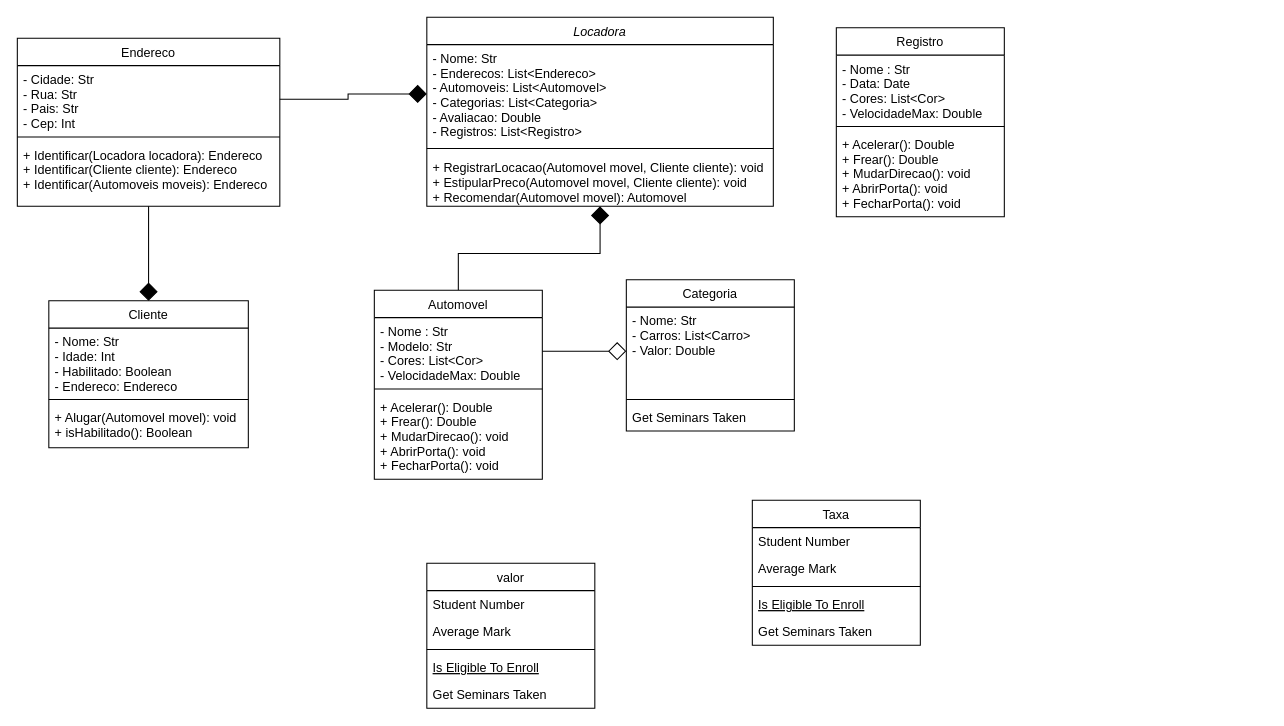
The draw.io diagram Sistema Controle de Turma.drawio in Sant-Thiago/Estudos, before the edit. Source tidied: cells renumbered, new cells numbered last; positions are measured from the earlier drawing's top-left corner, leaving out a move shared by most shapes. Both pictures are drawn from the tidied source at 105%, with x=0, y=0 at pixel (17, 17).
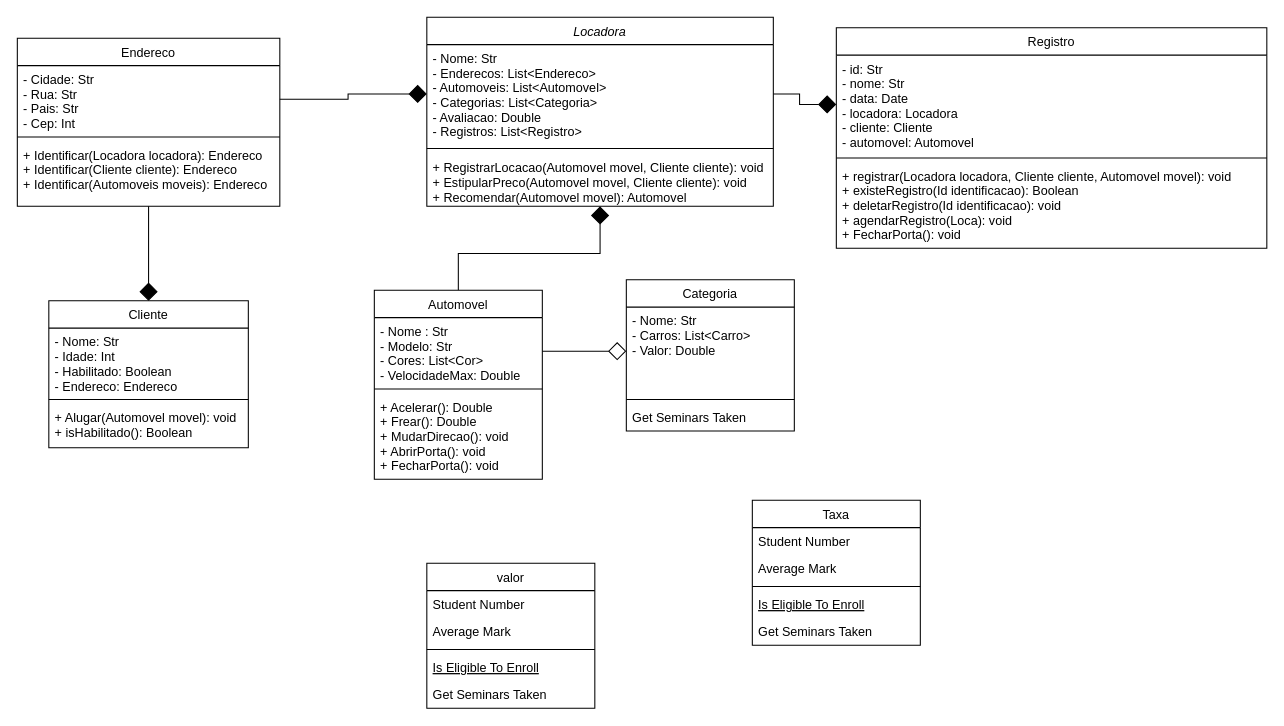
The same page after the edit.

The change refers to these unchanged cells:
```xml
<mxCell id="4" value="- Nome: Str&#10;- Enderecos: List&lt;Endereco&gt;&#10;- Automoveis: List&lt;Automovel&gt;&#10;- Categorias: List&lt;Categoria&gt;&#10;- Avaliacao: Double&#10;- Registros: List&lt;Registro&gt;" style="text;align=left;verticalAlign=top;spacingLeft=4;spacingRight=4;overflow=hidden;points=[[0,0.5],[1,0.5]];portConstraint=eastwest;" parent="3" vertex="1">
  <mxGeometry y="26" width="330" height="94" as="geometry" />
</mxCell>
```

Diff of the diagram source:
```diff
@@
     <mxCell id="38" value="Registro" style="swimlane;fontStyle=0;align=center;verticalAlign=top;horizontal=1;startSize=26;rounded=0;shadow=0;strokeWidth=1;" parent="1" vertex="1">
-      <mxGeometry x="780" y="10" width="160" height="180" as="geometry" />
+      <mxGeometry x="780" y="10" width="410" height="210" as="geometry" />
     </mxCell>
-    <mxCell id="39" value="- Nome : Str&#10;- Data: Date&#10;- Cores: List&lt;Cor&gt;&#10;- VelocidadeMax: Double" style="text;align=left;verticalAlign=top;spacingLeft=4;spacingRight=4;overflow=hidden;points=[[0,0.5],[1,0.5]];portConstraint=eastwest;" parent="38" vertex="1">
-      <mxGeometry y="26" width="160" height="64" as="geometry" />
+    <mxCell id="39" value="- id: Str&#10;- nome: Str&#10;- data: Date&#10;- locadora: Locadora&#10;- cliente: Cliente&#10;- automovel: Automovel" style="text;align=left;verticalAlign=top;spacingLeft=4;spacingRight=4;overflow=hidden;points=[[0,0.5],[1,0.5]];portConstraint=eastwest;" parent="38" vertex="1">
+      <mxGeometry y="26" width="410" height="94" as="geometry" />
     </mxCell>
     <mxCell id="40" style="line;html=1;strokeWidth=1;align=left;verticalAlign=middle;spacingTop=-1;spacingLeft=3;spacingRight=3;labelPosition=right;" parent="38" vertex="1">
-      <mxGeometry y="90" width="160" height="8" as="geometry" />
+      <mxGeometry y="120" width="410" height="8" as="geometry" />
     </mxCell>
-    <mxCell id="41" value="+ Acelerar(): Double&#10;+ Frear(): Double&#10;+ MudarDirecao(): void&#10;+ AbrirPorta(): void&#10;+ FecharPorta(): void" style="text;align=left;verticalAlign=top;spacingLeft=4;spacingRight=4;overflow=hidden;" parent="38" vertex="1">
-      <mxGeometry y="98" width="160" height="82" as="geometry" />
+    <mxCell id="41" value="+ registrar(Locadora locadora, Cliente cliente, Automovel movel): void&#10;+ existeRegistro(Id identificacao): Boolean&#10;+ deletarRegistro(Id identificacao): void&#10;+ agendarRegistro(Loca): void&#10;+ FecharPorta(): void" style="text;align=left;verticalAlign=top;spacingLeft=4;spacingRight=4;overflow=hidden;" parent="38" vertex="1">
+      <mxGeometry y="128" width="410" height="82" as="geometry" />
     </mxCell>
+    <mxCell id="42" style="edgeStyle=orthogonalEdgeStyle;rounded=0;jettySize=auto;html=1;entryX=0;entryY=0.5;entryDx=0;entryDy=0;endArrow=diamond;endFill=1;endSize=15;" parent="1" edge="1" source="4" target="39">
+      <mxGeometry relative="1" as="geometry" />
+    </mxCell>
```
